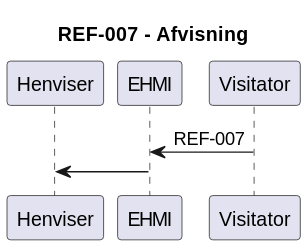
medcomdk/dk-medcom-ref-lm keeps this PlantUML diagram as input/images/fhir-henvisning-messaging-7.svg. Above is the earlier version.
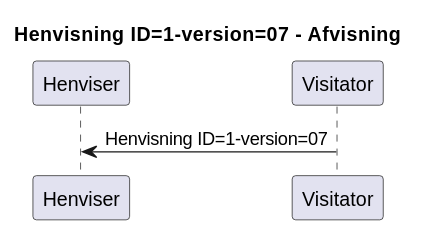
Later version of the same file.

Diff of the diagram source:
```diff
@@ -1,8 +1,7 @@
 @startuml
- title REF-007 - Afvisning
+ title Henvisning ID=1-version=07 - Afvisning
  participant Henviser
- participant EHMI
  participant Visitator
-Visitator -> EHMI : REF-007
-EHMI -> Henviser
+
+Visitator -> Henviser : Henvisning ID=1-version=07
 @enduml
```
